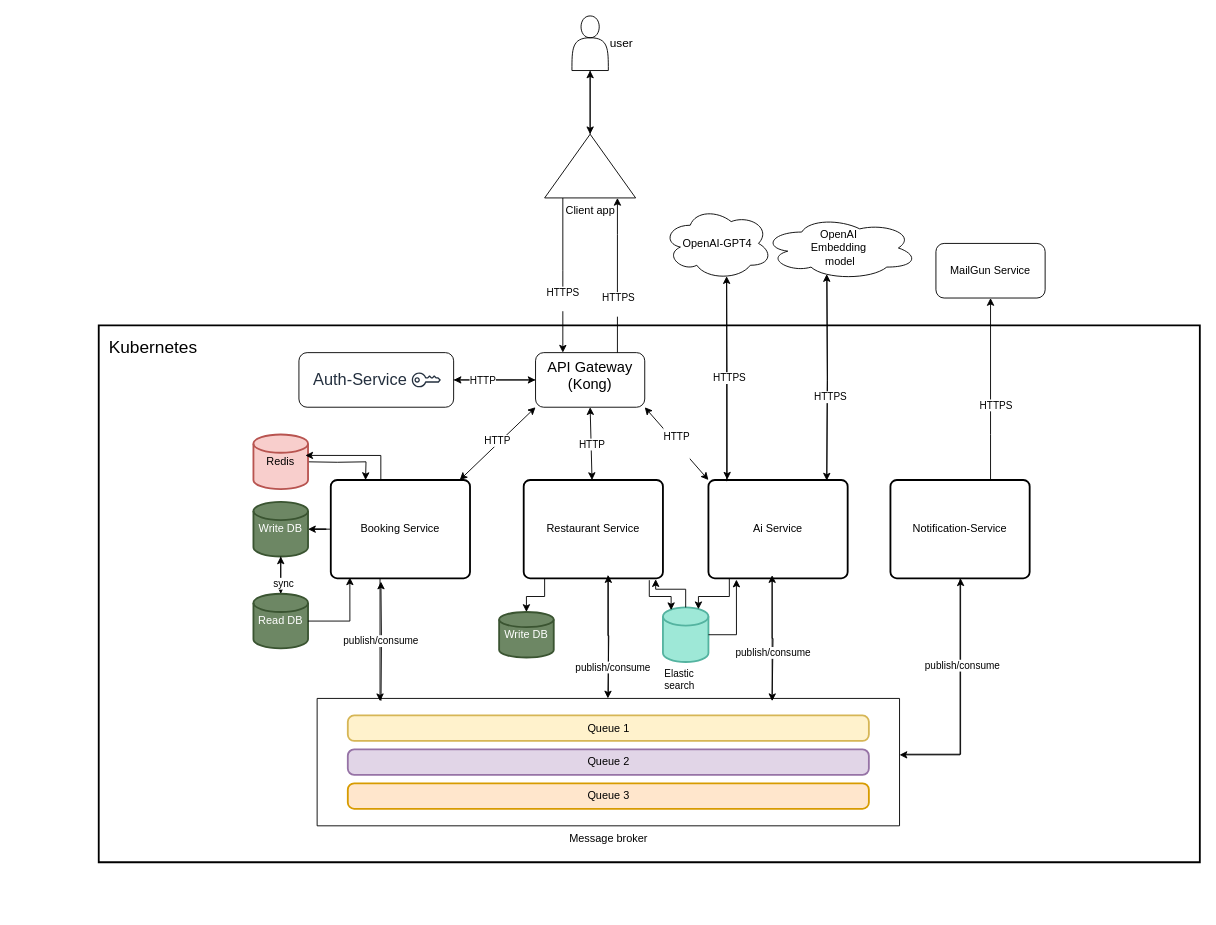
This is docs/design/microservice-arch.drawio from 3rd-semester-sd/bachelor-project, a draw.io file, before an edit. Source tidied: cells renumbered, new cells numbered last; positions are measured from the earlier drawing's top-left corner, leaving out a move shared by most shapes. Both pictures are drawn from the tidied source at 91%, with x=0, y=0 at pixel (98, 15).
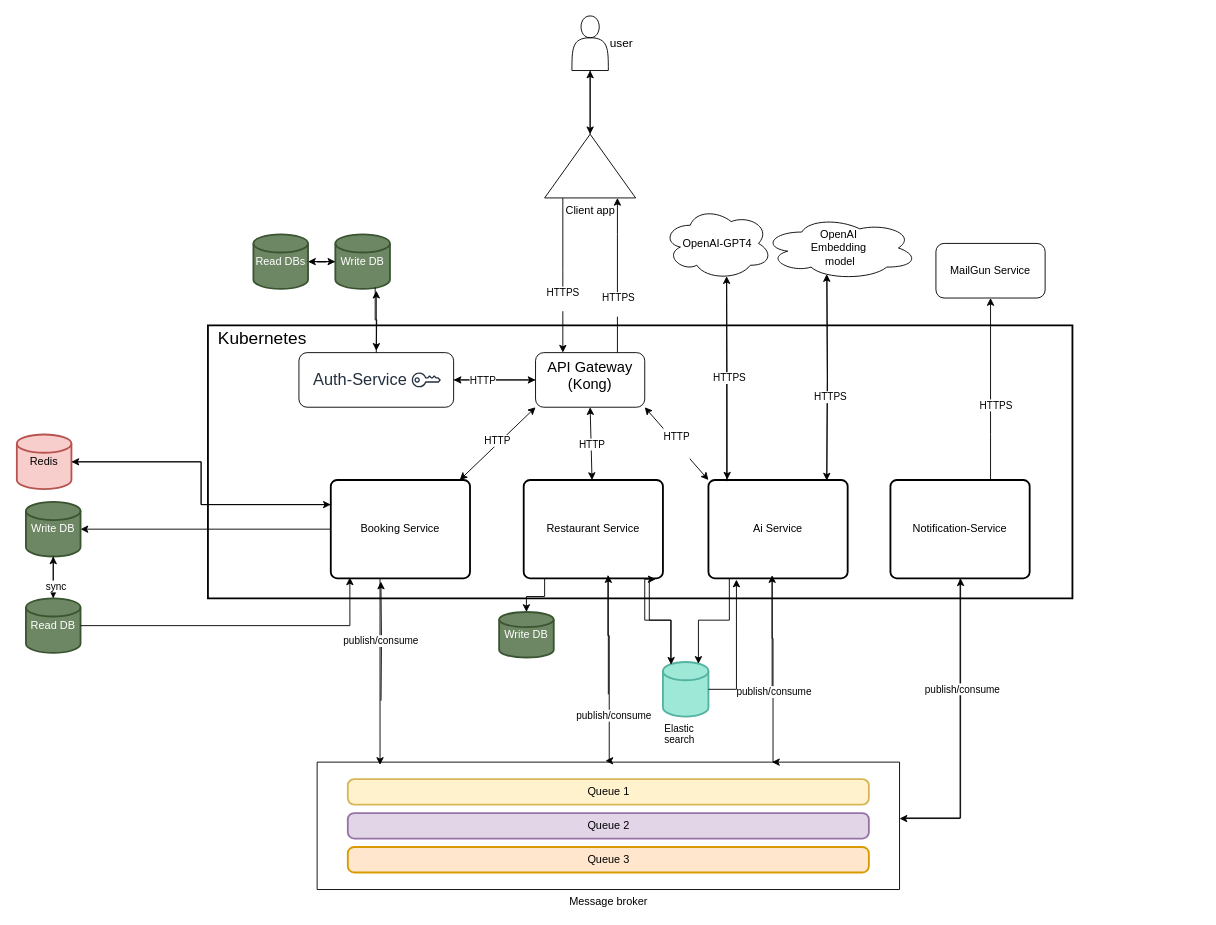
The same diagram, later.

The change refers to these unchanged cells:
```xml
<mxCell id="4" style="rounded=1;whiteSpace=wrap;html=1;" parent="1" vertex="1">
  <mxGeometry x="220" y="370" width="170" height="60" as="geometry" />
</mxCell>
<mxCell id="15" value="Booking Service" style="rounded=1;whiteSpace=wrap;html=1;absoluteArcSize=1;arcSize=14;strokeWidth=2;fillColor=none;" parent="1" vertex="1">
  <mxGeometry x="255" y="510" width="153" height="108" as="geometry" />
</mxCell>
<mxCell id="17" value="Restaurant Service" style="rounded=1;whiteSpace=wrap;html=1;absoluteArcSize=1;arcSize=14;strokeWidth=2;fillColor=none;" parent="1" vertex="1">
  <mxGeometry x="467" y="510" width="153" height="108" as="geometry" />
</mxCell>
<mxCell id="18" value="Ai Service" style="rounded=1;whiteSpace=wrap;html=1;absoluteArcSize=1;arcSize=14;strokeWidth=2;fillColor=none;" parent="1" vertex="1">
  <mxGeometry x="670" y="510" width="153" height="108" as="geometry" />
</mxCell>
<mxCell id="29" value="Message broker" style="verticalLabelPosition=bottom;verticalAlign=top;html=1;shape=mxgraph.basic.rect;fillColor2=none;strokeWidth=1;size=20;indent=5;fillColor=none;" parent="28" vertex="1">
  <mxGeometry width="640" height="140" as="geometry" />
</mxCell>
```

Change to the diagram source:
```diff
@@
     <mxCell id="2" style="verticalLabelPosition=bottom;verticalAlign=top;html=1;shape=mxgraph.basic.rect;fillColor2=none;strokeWidth=2;size=20;indent=5;fillColor=none;" parent="1" vertex="1">
-      <mxGeometry y="340" width="1210" height="590" as="geometry" />
+      <mxGeometry x="120" y="340" width="950" height="300" as="geometry" />
     </mxCell>
@@
     <mxCell id="19" value="Elastic search" style="strokeWidth=2;html=1;shape=mxgraph.flowchart.database;whiteSpace=wrap;fillColor=#9EE8D7;labelPosition=center;verticalLabelPosition=bottom;align=left;verticalAlign=top;fontSize=11;labelBackgroundColor=default;strokeColor=#54B3A0;" parent="1" vertex="1">
-      <mxGeometry x="620" y="650" width="50" height="60" as="geometry" />
+      <mxGeometry x="620" y="710" width="50" height="60" as="geometry" />
     </mxCell>
@@
     <mxCell id="28" style="group;" parent="1" vertex="1">
-      <mxGeometry x="240" y="750" width="640" height="140" as="geometry" />
+      <mxGeometry x="240" y="820" width="640" height="140" as="geometry" />
     </mxCell>
@@
-    <mxCell id="38" style="edgeStyle=orthogonalEdgeStyle;rounded=0;orthogonalLoop=1;jettySize=auto;html=1;entryX=0.108;entryY=0.022;entryDx=0;entryDy=0;entryPerimeter=0;" parent="1" edge="1">
+    <mxCell id="38" style="edgeStyle=orthogonalEdgeStyle;rounded=0;jettySize=auto;html=1;entryX=0.781;entryY=0;entryDx=0;entryDy=0;entryPerimeter=0;" parent="1" edge="1" target="29">
       <mxGeometry relative="1" as="geometry">
         <mxPoint x="740" y="618" as="sourcePoint" />
-        <mxPoint x="740" y="753" as="targetPoint" />
         <Array as="points">
-          <mxPoint x="741" y="684" />
+          <mxPoint x="740" y="684" />
+          <mxPoint x="741" y="820" />
         </Array>
       </mxGeometry>
     </mxCell>
@@
-    <mxCell id="40" style="edgeStyle=orthogonalEdgeStyle;rounded=0;orthogonalLoop=1;jettySize=auto;html=1;entryX=0.108;entryY=0.022;entryDx=0;entryDy=0;entryPerimeter=0;" parent="1" edge="1">
+    <mxCell id="40" style="edgeStyle=orthogonalEdgeStyle;rounded=0;jettySize=auto;html=1;entryX=0.495;entryY=-0.011;entryDx=0;entryDy=0;entryPerimeter=0;" parent="1" edge="1" target="29">
       <mxGeometry relative="1" as="geometry">
         <mxPoint x="559.5" y="615" as="sourcePoint" />
-        <mxPoint x="559.5" y="750" as="targetPoint" />
         <Array as="points">
-          <mxPoint x="560.5" y="681" />
+          <mxPoint x="559" y="681" />
+          <mxPoint x="561" y="818" />
         </Array>
       </mxGeometry>
     </mxCell>
@@
     <mxCell id="43" value="Read DB" style="strokeWidth=2;html=1;shape=mxgraph.flowchart.database;whiteSpace=wrap;fillColor=#6d8764;strokeColor=#3A5431;fontColor=#ffffff;" parent="1" vertex="1">
-      <mxGeometry x="170" y="635" width="60" height="60" as="geometry" />
+      <mxGeometry x="-80" y="640" width="60" height="60" as="geometry" />
     </mxCell>
@@
     <mxCell id="51" value="Kubernetes" style="text;html=1;align=center;verticalAlign=middle;whiteSpace=wrap;rounded=0;fontSize=19;" parent="1" vertex="1">
-      <mxGeometry x="30" y="350" width="60" height="30" as="geometry" />
+      <mxGeometry x="150" y="340" width="60" height="30" as="geometry" />
     </mxCell>
@@
-    <mxCell id="54" style="edgeStyle=orthogonalEdgeStyle;rounded=0;jettySize=auto;html=1;entryX=0.948;entryY=1.009;entryDx=0;entryDy=0;entryPerimeter=0;" parent="1" edge="1" source="19" target="17">
-      <mxGeometry relative="1" as="geometry" />
+    <mxCell id="54" style="edgeStyle=orthogonalEdgeStyle;rounded=0;jettySize=auto;html=1;entryX=0.948;entryY=1.009;entryDx=0;entryDy=0;entryPerimeter=0;exitX=0.171;exitY=-0.016;exitDx=0;exitDy=0;exitPerimeter=0;" parent="1" edge="1" source="19" target="17">
+      <mxGeometry relative="1" as="geometry">
+        <Array as="points">
+          <mxPoint x="629" y="664" />
+          <mxPoint x="600" y="664" />
+          <mxPoint x="600" y="619" />
+        </Array>
+      </mxGeometry>
     </mxCell>
     <mxCell id="55" value="Write DB" style="strokeWidth=2;html=1;shape=mxgraph.flowchart.database;whiteSpace=wrap;fillColor=#6d8764;strokeColor=#3A5431;fontColor=#ffffff;" parent="1" vertex="1">
-      <mxGeometry x="170" y="534" width="60" height="60" as="geometry" />
+      <mxGeometry x="-80" y="534" width="60" height="60" as="geometry" />
     </mxCell>
@@
     <mxCell id="59" style="edgeStyle=orthogonalEdgeStyle;rounded=0;jettySize=auto;html=1;entryX=0.201;entryY=1.013;entryDx=0;entryDy=0;entryPerimeter=0;exitX=1;exitY=0.5;exitDx=0;exitDy=0;exitPerimeter=0;" parent="1" edge="1" source="19" target="18">
-      <mxGeometry relative="1" as="geometry" />
+      <mxGeometry relative="1" as="geometry">
+        <Array as="points">
+          <mxPoint x="701" y="740" />
+        </Array>
+      </mxGeometry>
     </mxCell>
@@
-    <mxCell id="64" style="edgeStyle=orthogonalEdgeStyle;rounded=0;orthogonalLoop=1;jettySize=auto;html=1;entryX=0.25;entryY=0;entryDx=0;entryDy=0;" parent="1" edge="1">
-      <mxGeometry relative="1" as="geometry">
-        <mxPoint x="230" y="490" as="sourcePoint" />
-        <mxPoint x="293.2" y="510" as="targetPoint" />
-      </mxGeometry>
-    </mxCell>
+    <mxCell id="72" style="edgeStyle=orthogonalEdgeStyle;rounded=0;jettySize=auto;html=1;entryX=0;entryY=0.25;entryDx=0;entryDy=0;" parent="1" edge="1" source="65" target="15">
+      <mxGeometry relative="1" as="geometry" />
+    </mxCell>
     <mxCell id="65" value="&lt;div&gt;Redis&lt;/div&gt;" style="strokeWidth=2;html=1;shape=mxgraph.flowchart.database;whiteSpace=wrap;fillColor=#f8cecc;strokeColor=#b85450;" parent="1" vertex="1">
-      <mxGeometry x="170" y="460" width="60" height="60" as="geometry" />
+      <mxGeometry x="-90" y="460" width="60" height="60" as="geometry" />
     </mxCell>
@@
     <mxCell id="67" style="edgeStyle=orthogonalEdgeStyle;rounded=0;jettySize=auto;html=1;exitX=1.007;exitY=0.438;exitDx=0;exitDy=0;exitPerimeter=0;" parent="1" edge="1" source="29">
       <mxGeometry relative="1" as="geometry">
         <mxPoint x="947.1" y="618" as="targetPoint" />
         <Array as="points">
-          <mxPoint x="947" y="811" />
+          <mxPoint x="947" y="881" />
         </Array>
       </mxGeometry>
     </mxCell>
@@
+    <mxCell id="73" style="edgeStyle=orthogonalEdgeStyle;rounded=0;jettySize=auto;html=1;" parent="1" edge="1" source="74" target="76">
+      <mxGeometry relative="1" as="geometry" />
+    </mxCell>
+    <mxCell id="74" value="Write DB" style="strokeWidth=2;html=1;shape=mxgraph.flowchart.database;whiteSpace=wrap;fillColor=#6d8764;strokeColor=#3A5431;fontColor=#ffffff;" parent="1" vertex="1">
+      <mxGeometry x="260" y="240" width="60" height="60" as="geometry" />
+    </mxCell>
+    <mxCell id="75" style="edgeStyle=orthogonalEdgeStyle;rounded=0;jettySize=auto;html=1;" parent="1" edge="1" source="76" target="74">
+      <mxGeometry relative="1" as="geometry" />
+    </mxCell>
+    <mxCell id="76" value="Read DBs" style="strokeWidth=2;html=1;shape=mxgraph.flowchart.database;whiteSpace=wrap;fillColor=#6d8764;strokeColor=#3A5431;fontColor=#ffffff;" parent="1" vertex="1">
+      <mxGeometry x="170" y="240" width="60" height="60" as="geometry" />
+    </mxCell>
+    <mxCell id="77" style="edgeStyle=orthogonalEdgeStyle;rounded=0;jettySize=auto;html=1;entryX=0.75;entryY=1.033;entryDx=0;entryDy=0;entryPerimeter=0;" parent="1" edge="1" source="4" target="74">
+      <mxGeometry relative="1" as="geometry" />
+    </mxCell>
+    <mxCell id="78" style="edgeStyle=orthogonalEdgeStyle;rounded=0;jettySize=auto;html=1;exitX=0.73;exitY=0.975;exitDx=0;exitDy=0;exitPerimeter=0;" parent="1" edge="1" source="74">
+      <mxGeometry relative="1" as="geometry">
+        <mxPoint x="305" y="368" as="targetPoint" />
+      </mxGeometry>
+    </mxCell>
-    <mxCell id="71" style="edgeStyle=orthogonalEdgeStyle;rounded=0;jettySize=auto;html=1;entryX=0.95;entryY=0.383;entryDx=0;entryDy=0;entryPerimeter=0;exitX=0.5;exitY=0;exitDx=0;exitDy=0;" parent="1" edge="1" source="15" target="65">
-      <mxGeometry relative="1" as="geometry">
-        <Array as="points">
-          <mxPoint x="310" y="510" />
-          <mxPoint x="310" y="483" />
-        </Array>
-      </mxGeometry>
+    <mxCell id="71" style="edgeStyle=orthogonalEdgeStyle;rounded=0;jettySize=auto;html=1;entryX=1;entryY=0.5;entryDx=0;entryDy=0;entryPerimeter=0;exitX=0;exitY=0.25;exitDx=0;exitDy=0;" parent="1" edge="1" source="15" target="65">
+      <mxGeometry relative="1" as="geometry" />
     </mxCell>
```
